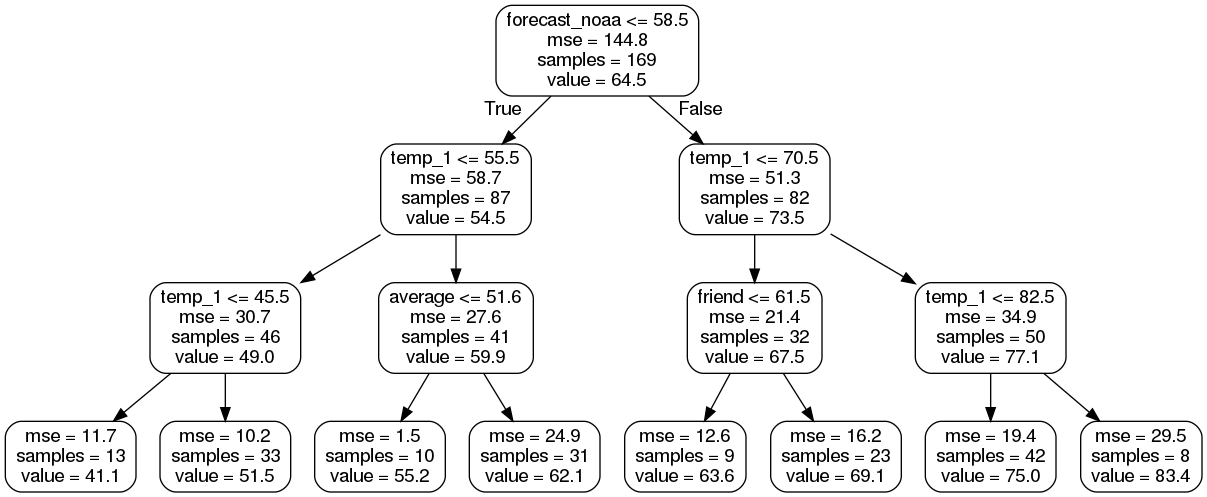
This is RFRPY/small_tree.png from ysraell/random-forest-lab, a Graphviz export, as it was before one commit. Its source is kept beside it as RFRPY/small_tree.dot. The source it was exported from:
```dot
digraph Tree {
node [shape=box, style="rounded", color="black", fontname=helvetica] ;
edge [fontname=helvetica] ;
0 [label="forecast_noaa <= 58.5\nmse = 144.8\nsamples = 169\nvalue = 64.5"] ;
1 [label="temp_1 <= 55.5\nmse = 58.7\nsamples = 87\nvalue = 54.5"] ;
0 -> 1 [labeldistance=2.5, labelangle=45, headlabel="True"] ;
2 [label="temp_1 <= 45.5\nmse = 30.7\nsamples = 46\nvalue = 49.0"] ;
1 -> 2 ;
3 [label="mse = 11.7\nsamples = 13\nvalue = 41.1"] ;
2 -> 3 ;
4 [label="mse = 10.2\nsamples = 33\nvalue = 51.5"] ;
2 -> 4 ;
5 [label="average <= 51.6\nmse = 27.6\nsamples = 41\nvalue = 59.9"] ;
1 -> 5 ;
6 [label="mse = 1.5\nsamples = 10\nvalue = 55.2"] ;
5 -> 6 ;
7 [label="mse = 24.9\nsamples = 31\nvalue = 62.1"] ;
5 -> 7 ;
8 [label="temp_1 <= 70.5\nmse = 51.3\nsamples = 82\nvalue = 73.5"] ;
0 -> 8 [labeldistance=2.5, labelangle=-45, headlabel="False"] ;
9 [label="friend <= 61.5\nmse = 21.4\nsamples = 32\nvalue = 67.5"] ;
8 -> 9 ;
10 [label="mse = 12.6\nsamples = 9\nvalue = 63.6"] ;
9 -> 10 ;
11 [label="mse = 16.2\nsamples = 23\nvalue = 69.1"] ;
9 -> 11 ;
12 [label="temp_1 <= 82.5\nmse = 34.9\nsamples = 50\nvalue = 77.1"] ;
8 -> 12 ;
13 [label="mse = 19.4\nsamples = 42\nvalue = 75.0"] ;
12 -> 13 ;
14 [label="mse = 29.5\nsamples = 8\nvalue = 83.4"] ;
12 -> 14 ;
}
```
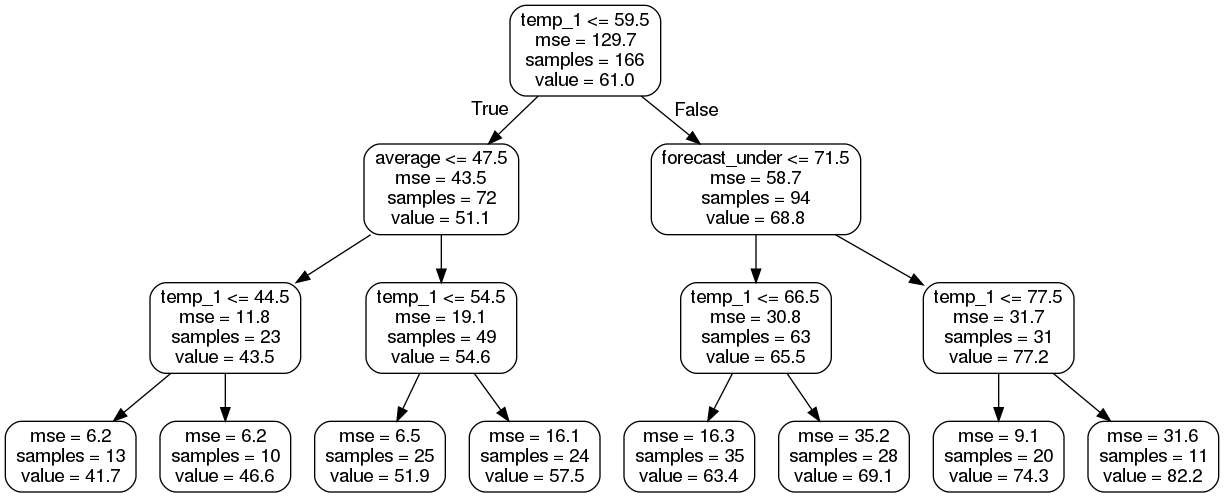
Above is the later version.

The edit, as a diff of the source:
```diff
@@ -1,33 +1,33 @@
 digraph Tree {
 node [shape=box, style="rounded", color="black", fontname=helvetica] ;
 edge [fontname=helvetica] ;
-0 [label="forecast_noaa <= 58.5\nmse = 144.8\nsamples = 169\nvalue = 64.5"] ;
-1 [label="temp_1 <= 55.5\nmse = 58.7\nsamples = 87\nvalue = 54.5"] ;
+0 [label="temp_1 <= 59.5\nmse = 129.7\nsamples = 166\nvalue = 61.0"] ;
+1 [label="average <= 47.5\nmse = 43.5\nsamples = 72\nvalue = 51.1"] ;
 0 -> 1 [labeldistance=2.5, labelangle=45, headlabel="True"] ;
-2 [label="temp_1 <= 45.5\nmse = 30.7\nsamples = 46\nvalue = 49.0"] ;
+2 [label="temp_1 <= 44.5\nmse = 11.8\nsamples = 23\nvalue = 43.5"] ;
 1 -> 2 ;
-3 [label="mse = 11.7\nsamples = 13\nvalue = 41.1"] ;
+3 [label="mse = 6.2\nsamples = 13\nvalue = 41.7"] ;
 2 -> 3 ;
-4 [label="mse = 10.2\nsamples = 33\nvalue = 51.5"] ;
+4 [label="mse = 6.2\nsamples = 10\nvalue = 46.6"] ;
 2 -> 4 ;
-5 [label="average <= 51.6\nmse = 27.6\nsamples = 41\nvalue = 59.9"] ;
+5 [label="temp_1 <= 54.5\nmse = 19.1\nsamples = 49\nvalue = 54.6"] ;
 1 -> 5 ;
-6 [label="mse = 1.5\nsamples = 10\nvalue = 55.2"] ;
+6 [label="mse = 6.5\nsamples = 25\nvalue = 51.9"] ;
 5 -> 6 ;
-7 [label="mse = 24.9\nsamples = 31\nvalue = 62.1"] ;
+7 [label="mse = 16.1\nsamples = 24\nvalue = 57.5"] ;
 5 -> 7 ;
-8 [label="temp_1 <= 70.5\nmse = 51.3\nsamples = 82\nvalue = 73.5"] ;
+8 [label="forecast_under <= 71.5\nmse = 58.7\nsamples = 94\nvalue = 68.8"] ;
 0 -> 8 [labeldistance=2.5, labelangle=-45, headlabel="False"] ;
-9 [label="friend <= 61.5\nmse = 21.4\nsamples = 32\nvalue = 67.5"] ;
+9 [label="temp_1 <= 66.5\nmse = 30.8\nsamples = 63\nvalue = 65.5"] ;
 8 -> 9 ;
-10 [label="mse = 12.6\nsamples = 9\nvalue = 63.6"] ;
+10 [label="mse = 16.3\nsamples = 35\nvalue = 63.4"] ;
 9 -> 10 ;
-11 [label="mse = 16.2\nsamples = 23\nvalue = 69.1"] ;
+11 [label="mse = 35.2\nsamples = 28\nvalue = 69.1"] ;
 9 -> 11 ;
-12 [label="temp_1 <= 82.5\nmse = 34.9\nsamples = 50\nvalue = 77.1"] ;
+12 [label="temp_1 <= 77.5\nmse = 31.7\nsamples = 31\nvalue = 77.2"] ;
 8 -> 12 ;
-13 [label="mse = 19.4\nsamples = 42\nvalue = 75.0"] ;
+13 [label="mse = 9.1\nsamples = 20\nvalue = 74.3"] ;
 12 -> 13 ;
-14 [label="mse = 29.5\nsamples = 8\nvalue = 83.4"] ;
+14 [label="mse = 31.6\nsamples = 11\nvalue = 82.2"] ;
 12 -> 14 ;
 }
```
